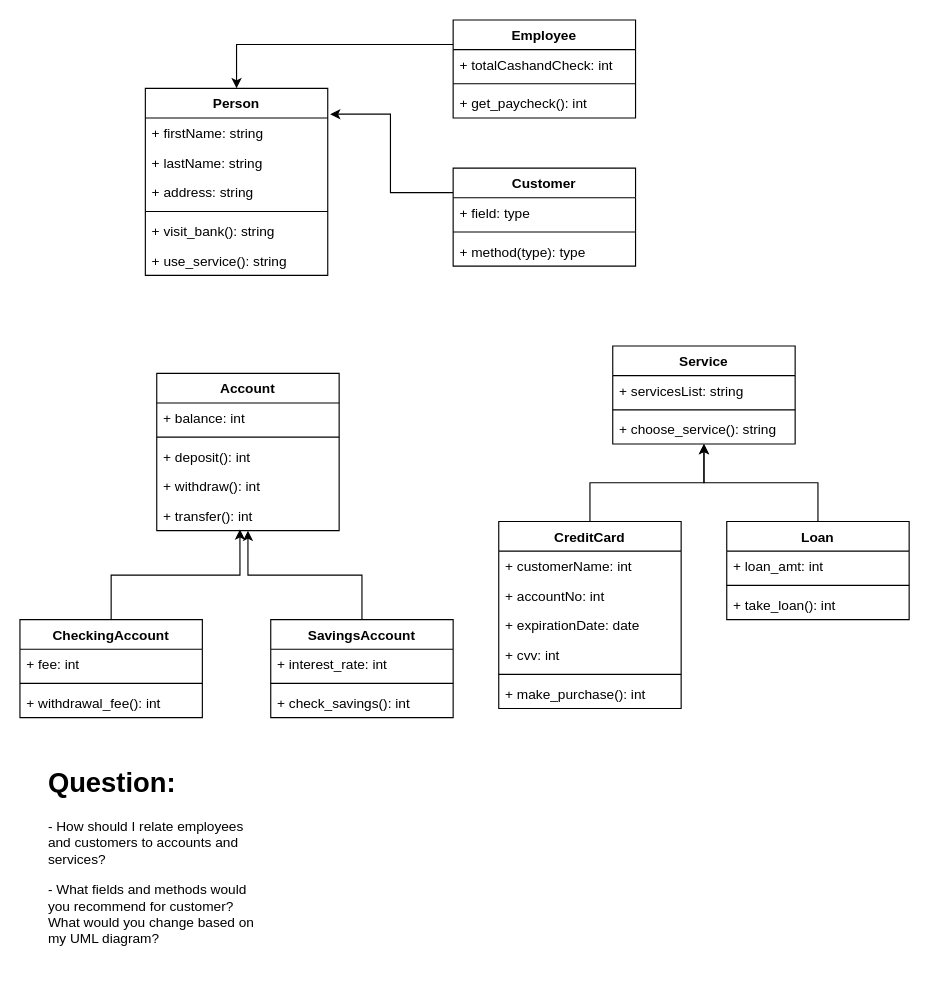
This is Banking_System2.drawio from JamesHizon/Axiom_Energy_Application, a draw.io file, before an edit. Source tidied: cells renumbered, new cells numbered last; positions are measured from the earlier drawing's top-left corner, leaving out a move shared by most shapes. Both pictures are drawn from the tidied source at 114%, with x=0, y=0 at pixel (19, 19).
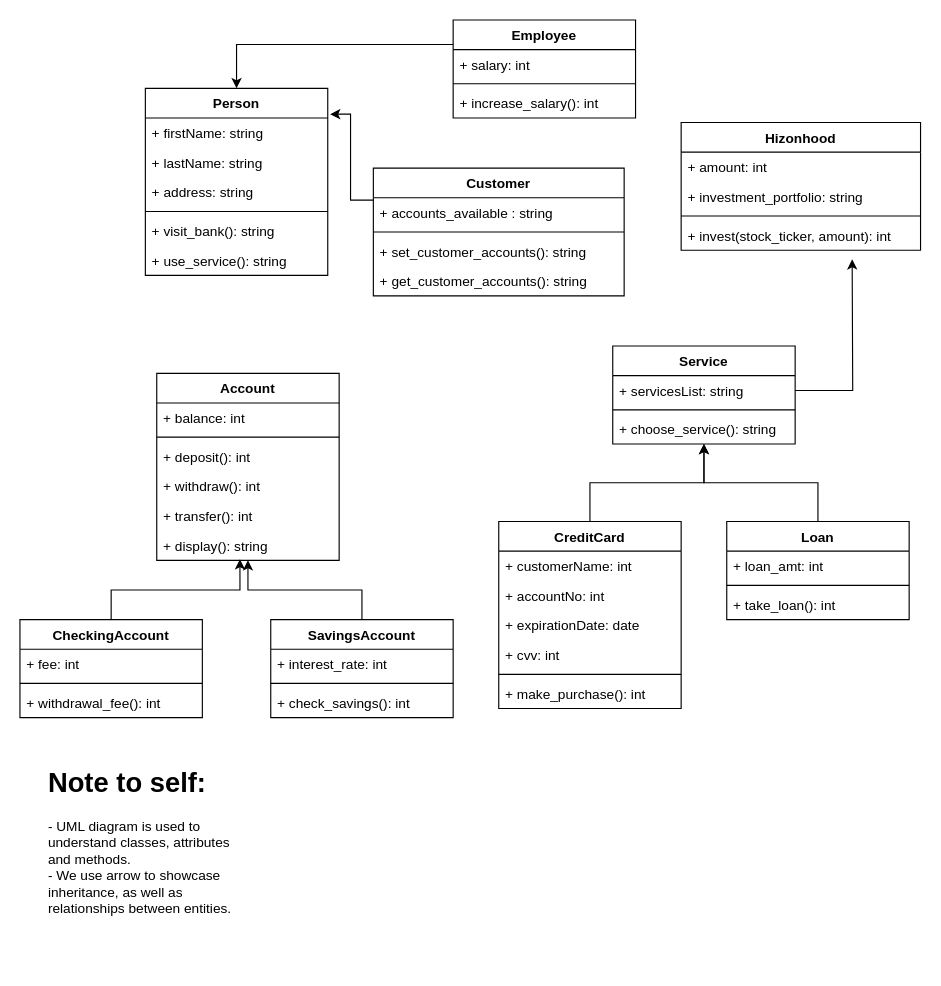
The same page after the edit.

The change refers to these unchanged cells:
```xml
<mxCell id="10" value="Employee" style="swimlane;fontStyle=1;align=center;verticalAlign=top;horizontal=1;startSize=26;" parent="1" vertex="1">
  <mxGeometry x="380" width="160" height="86" as="geometry" />
</mxCell>
<mxCell id="20" value="+ servicesList: string" style="text;strokeColor=none;fillColor=none;align=left;verticalAlign=top;spacingLeft=4;spacingRight=4;overflow=hidden;points=[[0,0.5],[1,0.5]];portConstraint=eastwest;" parent="19" vertex="1">
  <mxGeometry y="26" width="160" height="26" as="geometry" />
</mxCell>
```

Change to the diagram source:
```diff
@@
-    <mxCell id="11" value="+ totalCashandCheck: int" style="text;strokeColor=none;fillColor=none;align=left;verticalAlign=top;spacingLeft=4;spacingRight=4;overflow=hidden;" parent="10" vertex="1">
+    <mxCell id="11" value="+ salary: int" style="text;strokeColor=none;fillColor=none;align=left;verticalAlign=top;spacingLeft=4;spacingRight=4;overflow=hidden;" parent="10" vertex="1">
       <mxGeometry y="26" width="160" height="26" as="geometry" />
     </mxCell>
@@
-    <mxCell id="13" value="+ get_paycheck(): int" style="text;strokeColor=none;fillColor=none;align=left;verticalAlign=top;spacingLeft=4;spacingRight=4;overflow=hidden;" parent="10" vertex="1">
+    <mxCell id="13" value="+ increase_salary(): int" style="text;strokeColor=none;fillColor=none;align=left;verticalAlign=top;spacingLeft=4;spacingRight=4;overflow=hidden;" parent="10" vertex="1">
       <mxGeometry y="60" width="160" height="26" as="geometry" />
     </mxCell>
@@
     <mxCell id="15" value="Customer" style="swimlane;fontStyle=1;align=center;verticalAlign=top;horizontal=1;startSize=26;" parent="1" vertex="1">
-      <mxGeometry x="380" y="130" width="160" height="86" as="geometry" />
+      <mxGeometry x="310" y="130" width="220" height="112" as="geometry" />
     </mxCell>
-    <mxCell id="16" value="+ field: type" style="text;strokeColor=none;fillColor=none;align=left;verticalAlign=top;spacingLeft=4;spacingRight=4;overflow=hidden;" parent="15" vertex="1">
-      <mxGeometry y="26" width="160" height="26" as="geometry" />
+    <mxCell id="16" value="+ accounts_available : string" style="text;strokeColor=none;fillColor=none;align=left;verticalAlign=top;spacingLeft=4;spacingRight=4;overflow=hidden;" parent="15" vertex="1">
+      <mxGeometry y="26" width="220" height="26" as="geometry" />
     </mxCell>
     <mxCell id="17" style="line;strokeWidth=1;fillColor=none;align=left;verticalAlign=middle;spacingTop=-1;spacingLeft=3;spacingRight=3;labelPosition=right;" parent="15" vertex="1">
-      <mxGeometry y="52" width="160" height="8" as="geometry" />
+      <mxGeometry y="52" width="220" height="8" as="geometry" />
     </mxCell>
+    <mxCell id="53" value="+ set_customer_accounts(): string" style="text;strokeColor=none;fillColor=none;align=left;verticalAlign=top;spacingLeft=4;spacingRight=4;overflow=hidden;" parent="15" vertex="1">
+      <mxGeometry y="60" width="220" height="26" as="geometry" />
+    </mxCell>
-    <mxCell id="18" value="+ method(type): type" style="text;strokeColor=none;fillColor=none;align=left;verticalAlign=top;spacingLeft=4;spacingRight=4;overflow=hidden;" parent="15" vertex="1">
-      <mxGeometry y="60" width="160" height="26" as="geometry" />
+    <mxCell id="18" value="+ get_customer_accounts(): string" style="text;strokeColor=none;fillColor=none;align=left;verticalAlign=top;spacingLeft=4;spacingRight=4;overflow=hidden;" parent="15" vertex="1">
+      <mxGeometry y="86" width="220" height="26" as="geometry" />
     </mxCell>
@@
     <mxCell id="36" value="Account" style="swimlane;fontStyle=1;align=center;verticalAlign=top;horizontal=1;startSize=26;" parent="1" vertex="1">
-      <mxGeometry x="120" y="310" width="160" height="138" as="geometry" />
+      <mxGeometry x="120" y="310" width="160" height="164" as="geometry" />
     </mxCell>
@@
+    <mxCell id="54" value="+ transfer(): int" style="text;strokeColor=none;fillColor=none;align=left;verticalAlign=top;spacingLeft=4;spacingRight=4;overflow=hidden;" parent="36" vertex="1">
+      <mxGeometry y="112" width="160" height="26" as="geometry" />
+    </mxCell>
-    <mxCell id="41" value="+ transfer(): int" style="text;strokeColor=none;fillColor=none;align=left;verticalAlign=top;spacingLeft=4;spacingRight=4;overflow=hidden;points=[[0,0.5],[1,0.5]];portConstraint=eastwest;" parent="36" vertex="1">
-      <mxGeometry y="112" width="160" height="26" as="geometry" />
+    <mxCell id="41" value="+ display(): string" style="text;strokeColor=none;fillColor=none;align=left;verticalAlign=top;spacingLeft=4;spacingRight=4;overflow=hidden;points=[[0,0.5],[1,0.5]];portConstraint=eastwest;" parent="36" vertex="1">
+      <mxGeometry y="138" width="160" height="26" as="geometry" />
     </mxCell>
@@
-    <mxCell id="52" value="&lt;h1&gt;Question:&lt;/h1&gt;&lt;p&gt;- How should I relate employees and customers to accounts and services?&lt;/p&gt;&lt;p&gt;- What fields and methods would you recommend for customer? What would you change based on my UML diagram?&lt;/p&gt;" style="text;html=1;strokeColor=none;fillColor=none;spacing=5;spacingTop=-20;whiteSpace=wrap;overflow=hidden;rounded=0;" parent="1" vertex="1">
+    <mxCell id="52" value="&lt;h1&gt;Note to self:&lt;/h1&gt;&lt;div&gt;- UML diagram is used to understand classes, attributes and methods.&lt;/div&gt;&lt;div&gt;- We use arrow to showcase inheritance, as well as relationships between entities.&lt;/div&gt;" style="text;html=1;strokeColor=none;fillColor=none;spacing=5;spacingTop=-20;whiteSpace=wrap;overflow=hidden;rounded=0;" parent="1" vertex="1">
       <mxGeometry x="20" y="650" width="190" height="180" as="geometry" />
     </mxCell>
+    <mxCell id="55" style="edgeStyle=orthogonalEdgeStyle;rounded=0;jettySize=auto;html=1;" parent="1" edge="1" source="20">
+      <mxGeometry relative="1" as="geometry">
+        <mxPoint x="730" y="210" as="targetPoint" />
+      </mxGeometry>
+    </mxCell>
+    <mxCell id="56" value="Hizonhood" style="swimlane;fontStyle=1;align=center;verticalAlign=top;horizontal=1;startSize=26;" parent="1" vertex="1">
+      <mxGeometry x="580" y="90" width="210" height="112" as="geometry" />
+    </mxCell>
+    <mxCell id="57" value="+ amount: int" style="text;strokeColor=none;fillColor=none;align=left;verticalAlign=top;spacingLeft=4;spacingRight=4;overflow=hidden;" parent="56" vertex="1">
+      <mxGeometry y="26" width="210" height="26" as="geometry" />
+    </mxCell>
+    <mxCell id="58" value="+ investment_portfolio: string" style="text;strokeColor=none;fillColor=none;align=left;verticalAlign=top;spacingLeft=4;spacingRight=4;overflow=hidden;" parent="56" vertex="1">
+      <mxGeometry y="52" width="210" height="26" as="geometry" />
+    </mxCell>
+    <mxCell id="59" style="line;strokeWidth=1;fillColor=none;align=left;verticalAlign=middle;spacingTop=-1;spacingLeft=3;spacingRight=3;labelPosition=right;" parent="56" vertex="1">
+      <mxGeometry y="78" width="210" height="8" as="geometry" />
+    </mxCell>
+    <mxCell id="60" value="+ invest(stock_ticker, amount): int" style="text;strokeColor=none;fillColor=none;align=left;verticalAlign=top;spacingLeft=4;spacingRight=4;overflow=hidden;" parent="56" vertex="1">
+      <mxGeometry y="86" width="210" height="26" as="geometry" />
+    </mxCell>
```
